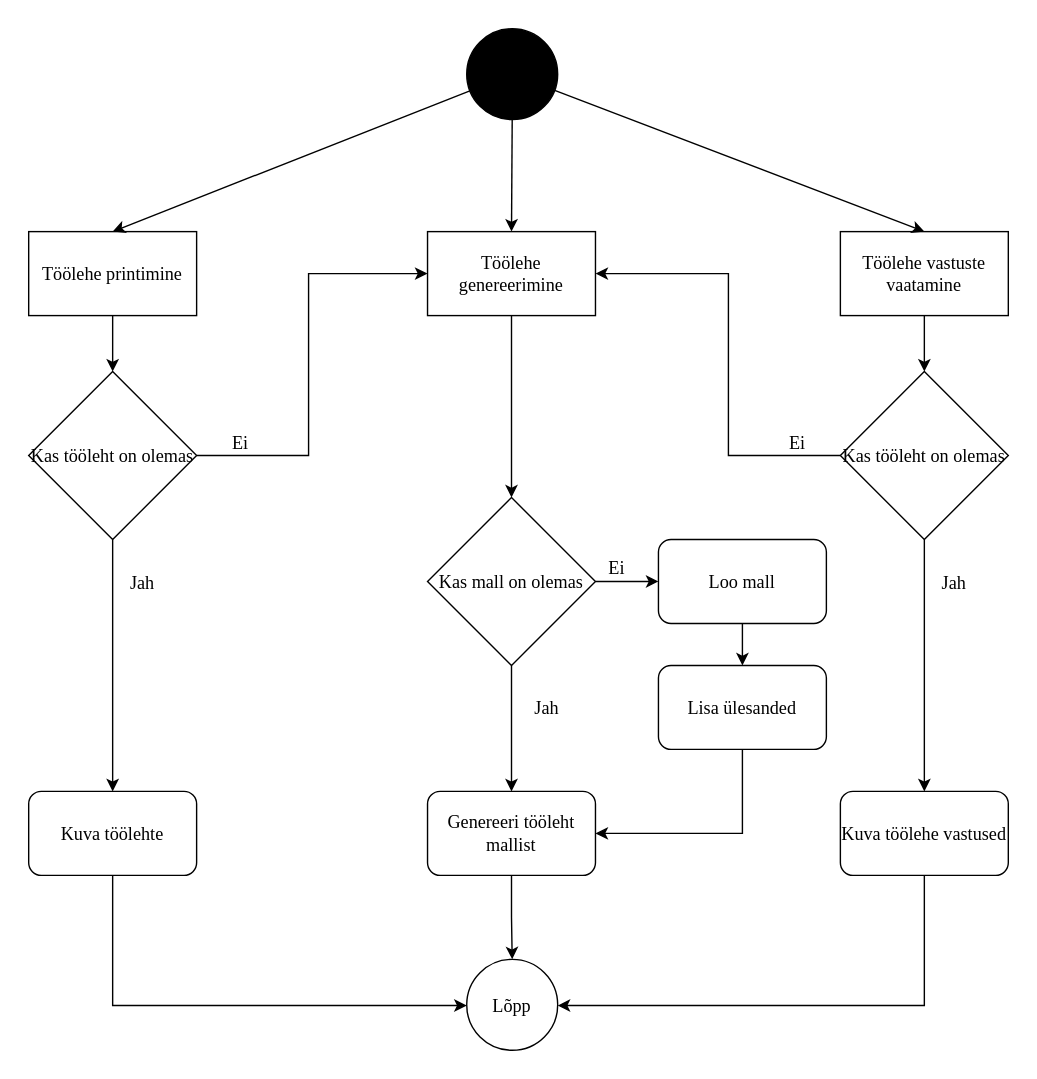
Above: src/chapters/data/userflow.svg in gekoke/thesis (draw.io), before the change. Source tidied: cells renumbered, new cells last; positions are measured from the earlier drawing's top-left corner, leaving out a move shared by most shapes.
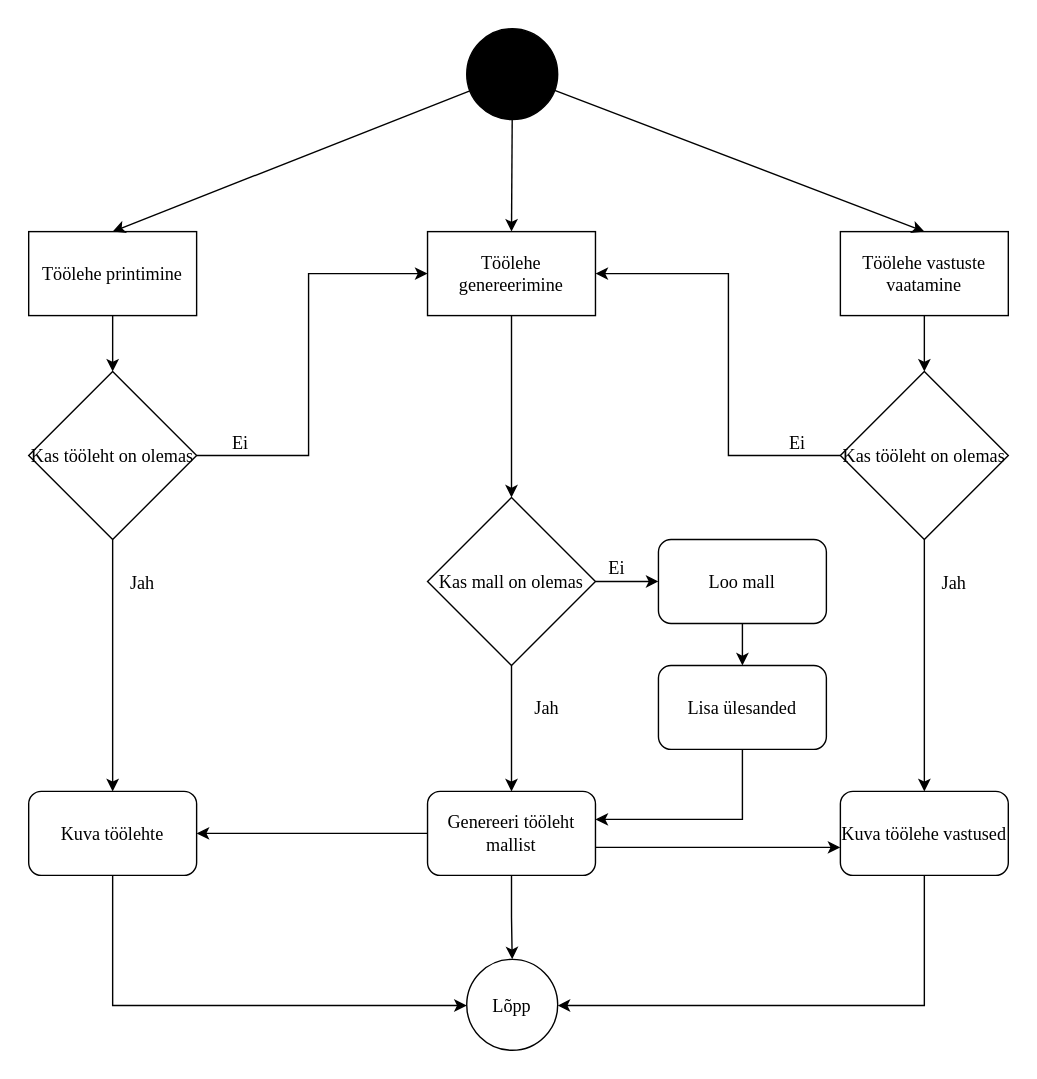
After the commit.

Commit message:
tweak(chapter): data: update user flow diagram

The edit, as a diff of the source:
```diff
@@ -44,6 +44,17 @@
     <mxCell id="15" style="edgeStyle=orthogonalEdgeStyle;rounded=0;jumpStyle=none;jettySize=auto;html=1;fontFamily=Verdana;fontSize=13;" parent="1" edge="1" source="16" target="33">
       <mxGeometry relative="1" as="geometry" />
     </mxCell>
+    <mxCell id="36" style="edgeStyle=orthogonalEdgeStyle;rounded=0;jettySize=auto;html=1;" parent="1" edge="1" source="16" target="25">
+      <mxGeometry relative="1" as="geometry" />
+    </mxCell>
+    <mxCell id="37" style="edgeStyle=orthogonalEdgeStyle;rounded=0;jettySize=auto;html=1;" parent="1" edge="1" source="16" target="32">
+      <mxGeometry relative="1" as="geometry">
+        <Array as="points">
+          <mxPoint x="540" y="585" />
+          <mxPoint x="540" y="585" />
+        </Array>
+      </mxGeometry>
+    </mxCell>
     <mxCell id="16" value="Genereeri tööleht mallist" style="rounded=1;whiteSpace=wrap;html=1;fillColor=default;fontFamily=Verdana;fontSize=13;" parent="1" vertex="1">
       <mxGeometry x="285" y="545" width="120" height="60" as="geometry" />
     </mxCell>
@@ -124,10 +135,10 @@
     <mxCell id="33" value="Lõpp" style="ellipse;whiteSpace=wrap;html=1;fillColor=default;sketch=0;fontFamily=Verdana;fontSize=13;" parent="1" vertex="1">
       <mxGeometry x="313" y="665" width="65" height="65" as="geometry" />
     </mxCell>
-    <mxCell id="34" style="edgeStyle=orthogonalEdgeStyle;rounded=0;jumpStyle=none;jettySize=auto;html=1;entryX=1;entryY=0.5;entryDx=0;entryDy=0;fontFamily=Verdana;fontSize=13;" parent="1" edge="1" source="35" target="16">
+    <mxCell id="34" style="edgeStyle=orthogonalEdgeStyle;rounded=0;jumpStyle=none;jettySize=auto;html=1;fontFamily=Verdana;fontSize=13;" parent="1" edge="1" source="35" target="16">
       <mxGeometry relative="1" as="geometry">
         <Array as="points">
-          <mxPoint x="510" y="575" />
+          <mxPoint x="510" y="565" />
         </Array>
       </mxGeometry>
     </mxCell>
```
